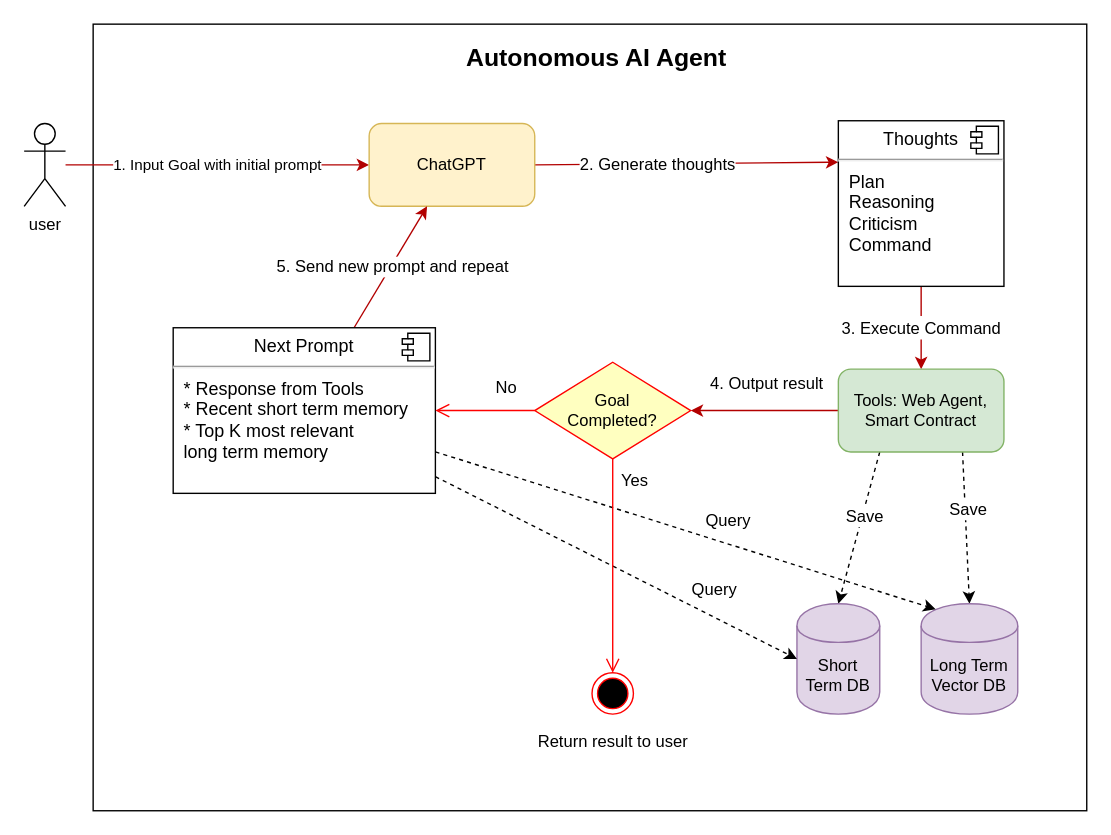
Before: diagram/chainofthoughts.drawio in arcmindai/arcmindai, a draw.io diagram. Source tidied: cells renumbered, new cells numbered last; positions are measured from the earlier drawing's top-left corner, leaving out a move shared by most shapes. Both pictures are drawn from the tidied source at 138%, with x=0, y=0 at pixel (23, 23).
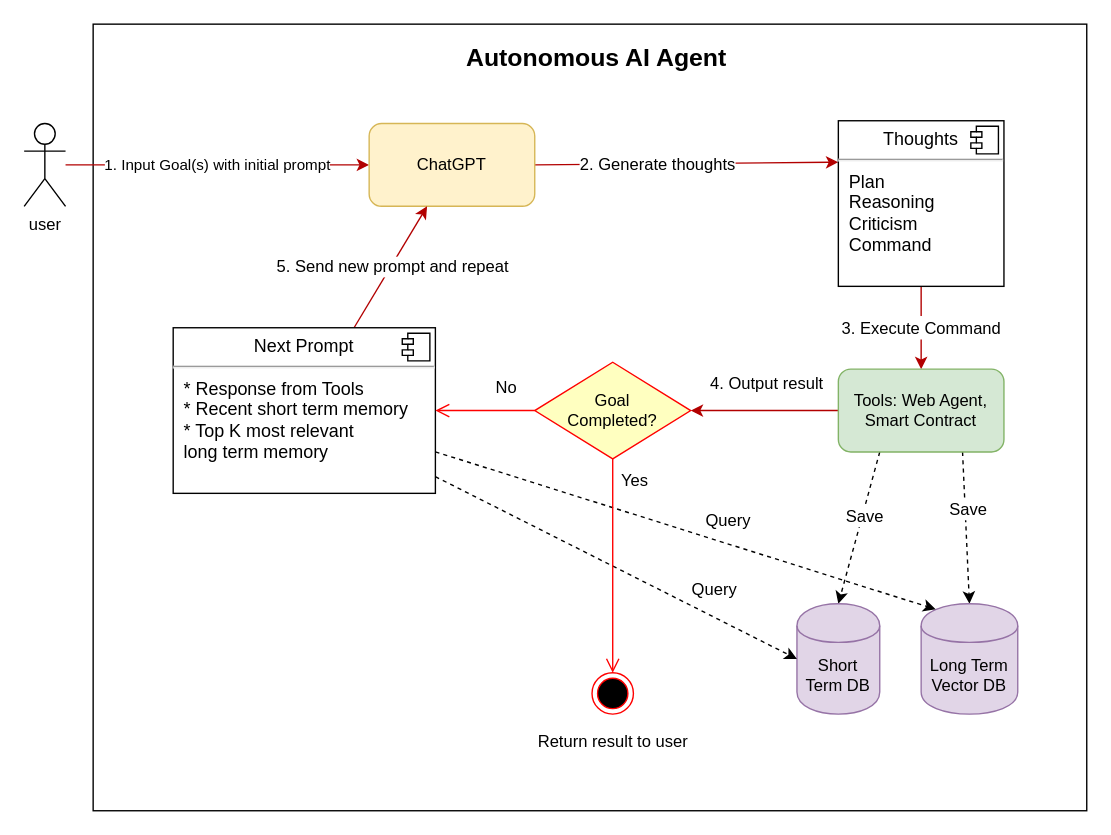
The same page after the edit.

Commit message (it also covers changes not shown here):
doc: update diagram, add Good Questions for test

The change refers to these unchanged cells:
```xml
<mxCell id="4" value="user" style="shape=umlActor;verticalLabelPosition=bottom;verticalAlign=top;html=1;outlineConnect=0;" parent="1" vertex="1">
  <mxGeometry y="72" width="30" height="60" as="geometry" />
</mxCell>
<mxCell id="7" value="ChatGPT" style="rounded=1;whiteSpace=wrap;html=1;fillColor=#fff2cc;strokeColor=#d6b656;" parent="1" vertex="1">
  <mxGeometry x="250" y="72" width="120" height="60" as="geometry" />
</mxCell>
```

The edit, as a diff of the source:
```diff
@@
-    <mxCell id="3" value="1. Input Goal with initial prompt" style="edgeStyle=none;html=1;fillColor=#e51400;strokeColor=#B20000;" parent="1" edge="1" source="4" target="7">
+    <mxCell id="3" value="1. Input Goal(s) with initial prompt" style="edgeStyle=none;html=1;fillColor=#e51400;strokeColor=#B20000;" parent="1" edge="1" source="4" target="7">
       <mxGeometry relative="1" as="geometry" />
     </mxCell>
```
